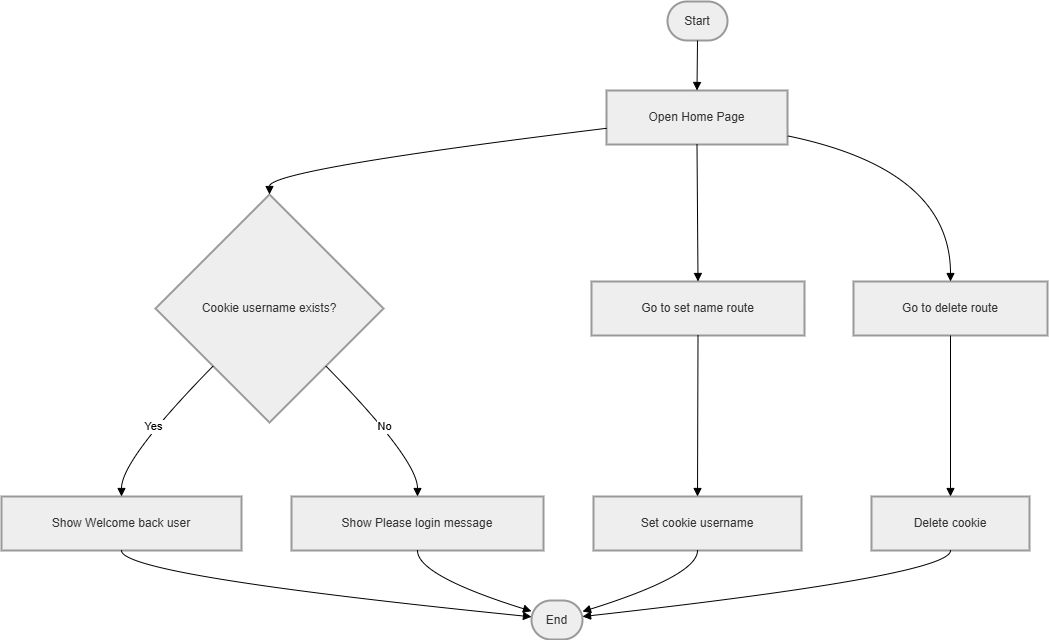
Earlier version of the draw.io export Cookies_activities/COOKIES.drawio.png (Sundhari-Hanish/Flask_Framework). Source tidied: cells renumbered, new cells last; positions are measured from the earlier drawing's top-left corner, leaving out a move shared by most shapes.
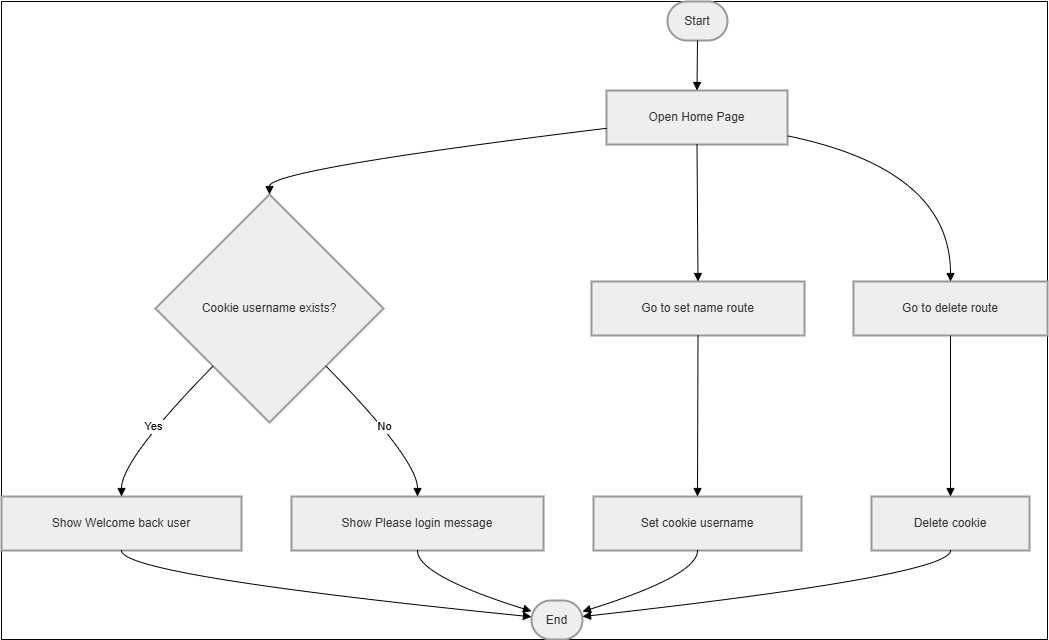
After the change.

Change to the diagram source:
```diff
@@ -2,7 +2,7 @@
   <root>
     <mxCell id="0" />
     <mxCell id="1" parent="0" />
-    <mxCell id="2" style="group;fillColor=default;gradientColor=none;gradientDirection=west;strokeColor=none;labelBackgroundColor=light-dark(#FFFFFF,#FFFFFF);labelBorderColor=light-dark(#000000,#000000);fontColor=light-dark(#000000,#000000);" parent="1" vertex="1">
+    <mxCell id="2" style="group;fillColor=default;gradientColor=none;gradientDirection=west;strokeColor=default;labelBackgroundColor=light-dark(#FFFFFF,#000000);labelBorderColor=light-dark(#000000,#000000);fontColor=light-dark(#000000,#000000);fillStyle=solid;" parent="1" vertex="1">
       <mxGeometry width="1046" height="638" as="geometry" />
     </mxCell>
     <mxCell id="3" value="Start" style="rounded=1;whiteSpace=wrap;arcSize=50;strokeWidth=2;fillColor=light-dark(#eeeeee,#1f2020);strokeColor=light-dark(#999999,#cccccc);fontColor=light-dark(#333333,#cccccc);" parent="2" vertex="1">
```
